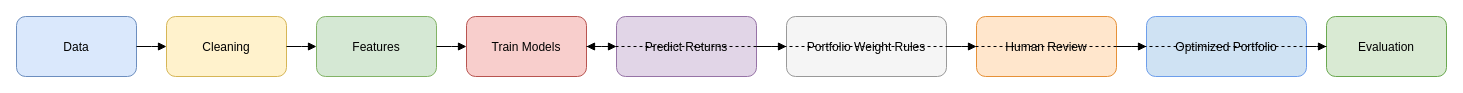
This is workflow-diagram.drawio from nilsugungor/draw-io-diagrams, a draw.io file, before an edit. Source tidied: cells renumbered, new cells numbered last; positions are measured from the earlier drawing's top-left corner, leaving out a move shared by most shapes. Both pictures are drawn from the tidied source at 100%, with x=0, y=0 at pixel (16, 16).
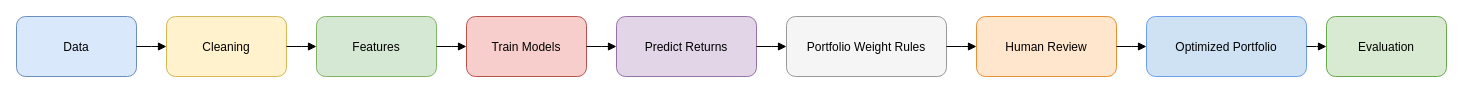
The same diagram, later.

The edit, as a diff of the source:
```diff
@@
 <mxGraphModel>
   <root>
     <mxCell id="0" />
     <mxCell id="1" parent="0" />
     <mxCell id="2" value="Data" style="rounded=1;fillColor=#dae8fc;strokeColor=#6c8ebf;" parent="1" vertex="1">
       <mxGeometry width="120" height="60" as="geometry" />
     </mxCell>
     <mxCell id="3" value="Cleaning" style="rounded=1;fillColor=#fff2cc;strokeColor=#d6b656;" parent="1" vertex="1">
       <mxGeometry x="150" width="120" height="60" as="geometry" />
     </mxCell>
     <mxCell id="4" value="Features" style="rounded=1;fillColor=#d5e8d4;strokeColor=#82b366;" parent="1" vertex="1">
       <mxGeometry x="300" width="120" height="60" as="geometry" />
     </mxCell>
     <mxCell id="5" value="Train Models" style="rounded=1;fillColor=#f8cecc;strokeColor=#b85450;" parent="1" vertex="1">
       <mxGeometry x="450" width="120" height="60" as="geometry" />
     </mxCell>
     <mxCell id="6" value="Predict Returns" style="rounded=1;fillColor=#e1d5e7;strokeColor=#9673a6;" parent="1" vertex="1">
       <mxGeometry x="600" width="140" height="60" as="geometry" />
     </mxCell>
     <mxCell id="7" value="Portfolio Weight Rules" style="rounded=1;fillColor=#f5f5f5;strokeColor=#999999;" parent="1" vertex="1">
       <mxGeometry x="770" width="160" height="60" as="geometry" />
     </mxCell>
     <mxCell id="8" value="Human Review" style="rounded=1;fillColor=#ffe6cc;strokeColor=#e69138;" parent="1" vertex="1">
       <mxGeometry x="960" width="140" height="60" as="geometry" />
     </mxCell>
     <mxCell id="9" value="Optimized Portfolio" style="rounded=1;fillColor=#cfe2f3;strokeColor=#6d9eeb;" parent="1" vertex="1">
       <mxGeometry x="1130" width="160" height="60" as="geometry" />
     </mxCell>
     <mxCell id="10" value="Evaluation" style="rounded=1;fillColor=#d9ead3;strokeColor=#6aa84f;" parent="1" vertex="1">
       <mxGeometry x="1310" width="120" height="60" as="geometry" />
     </mxCell>
-    <mxCell id="11" style="edgeStyle=elbowEdgeStyle;rounded=0;strokeColor=#000000;endArrow=block;dashed=1;" parent="1" edge="1" source="10" target="5">
-      <mxGeometry relative="1" as="geometry" />
-    </mxCell>
     <mxCell id="12" style="edgeStyle=elbowEdgeStyle;rounded=0;strokeColor=#000000;endArrow=block;" parent="1" edge="1" source="2" target="3">
       <mxGeometry relative="1" as="geometry" />
     </mxCell>
     <mxCell id="13" style="edgeStyle=elbowEdgeStyle;rounded=0;strokeColor=#000000;endArrow=block;" parent="1" edge="1" source="3" target="4">
       <mxGeometry relative="1" as="geometry" />
     </mxCell>
     <mxCell id="14" style="edgeStyle=elbowEdgeStyle;rounded=0;strokeColor=#000000;endArrow=block;" parent="1" edge="1" source="4" target="5">
       <mxGeometry relative="1" as="geometry" />
     </mxCell>
     <mxCell id="15" style="edgeStyle=elbowEdgeStyle;rounded=0;strokeColor=#000000;endArrow=block;" parent="1" edge="1" source="5" target="6">
       <mxGeometry relative="1" as="geometry" />
     </mxCell>
     <mxCell id="16" style="edgeStyle=elbowEdgeStyle;rounded=0;strokeColor=#000000;endArrow=block;" parent="1" edge="1" source="6" target="7">
       <mxGeometry relative="1" as="geometry" />
     </mxCell>
     <mxCell id="17" style="edgeStyle=elbowEdgeStyle;rounded=0;strokeColor=#000000;endArrow=block;" parent="1" edge="1" source="7" target="8">
       <mxGeometry relative="1" as="geometry" />
     </mxCell>
     <mxCell id="18" style="edgeStyle=elbowEdgeStyle;rounded=0;strokeColor=#000000;endArrow=block;" parent="1" edge="1" source="8" target="9">
       <mxGeometry relative="1" as="geometry" />
     </mxCell>
     <mxCell id="19" style="edgeStyle=elbowEdgeStyle;rounded=0;strokeColor=#000000;endArrow=block;" parent="1" edge="1" source="9" target="10">
       <mxGeometry relative="1" as="geometry" />
     </mxCell>
   </root>
 </mxGraphModel>
```
